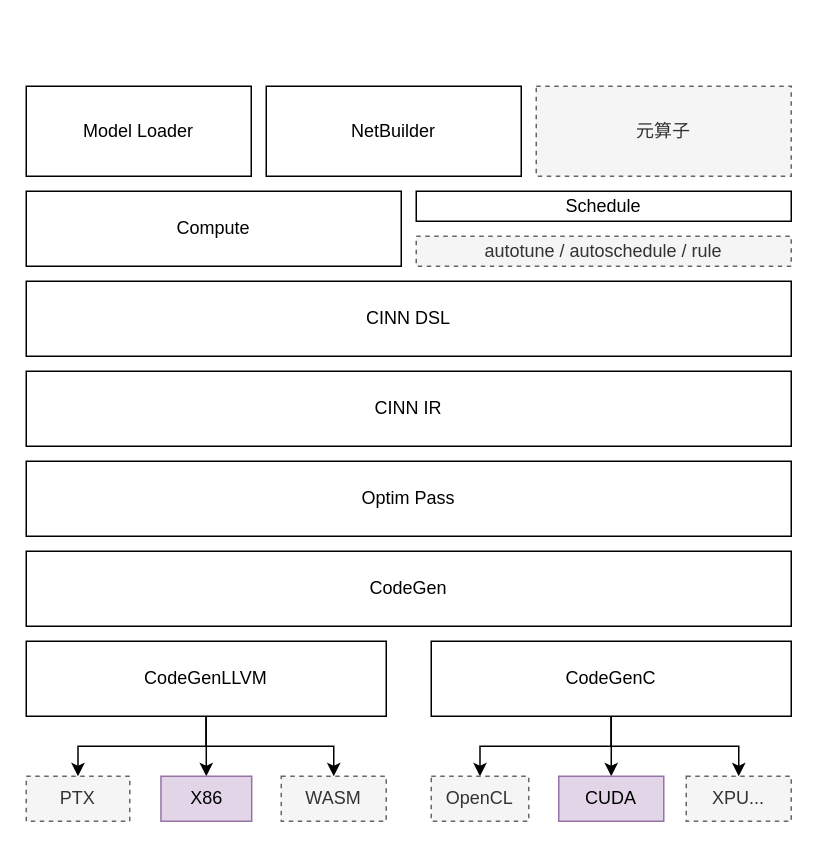
Earlier version of the draw.io diagram CINN Architecture.drawio (Superjomn/_tmp_images). Source tidied: cells renumbered, new cells numbered last; positions are measured from the earlier drawing's top-left corner, leaving out a move shared by most shapes. Both pictures are drawn from the tidied source at 150%, with x=0, y=0 at pixel (26, 86).
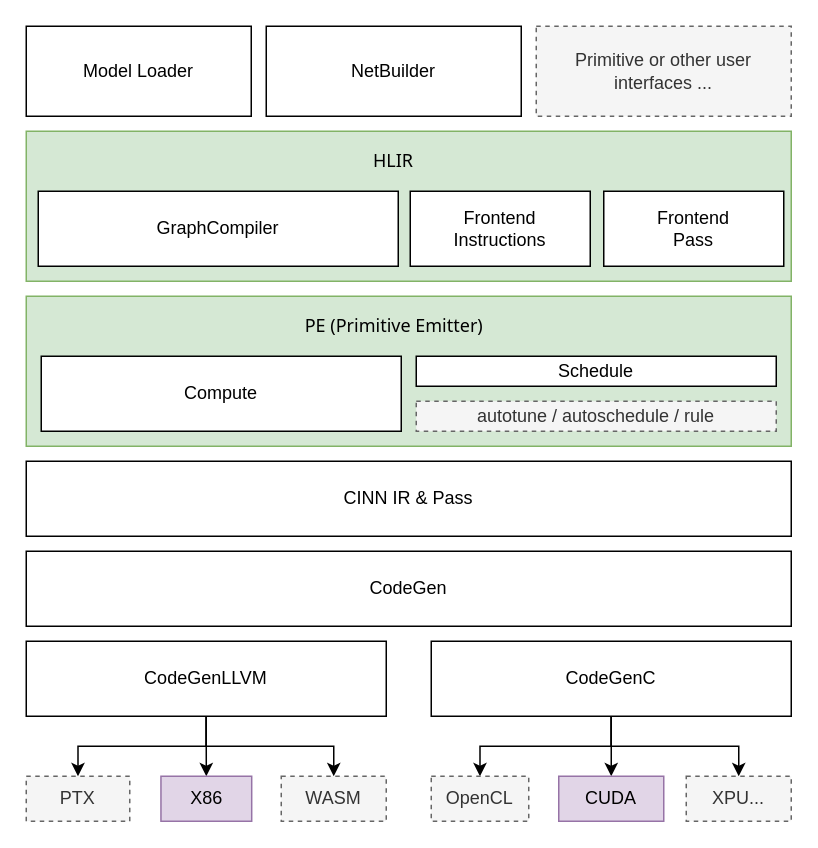
The same page after the edit.

What changed in the source:
```diff
@@
+    <mxCell id="7" style="rounded=0;whiteSpace=wrap;html=1;fillColor=#d5e8d4;strokeColor=#82b366;" parent="1" vertex="1">
+      <mxGeometry y="140" width="510" height="100" as="geometry" />
+    </mxCell>
     <mxCell id="2" value="Model Loader" style="rounded=0;whiteSpace=wrap;html=1;" parent="1" vertex="1">
-      <mxGeometry width="150" height="60" as="geometry" />
+      <mxGeometry y="-40" width="150" height="60" as="geometry" />
     </mxCell>
     <mxCell id="3" value="NetBuilder" style="rounded=0;whiteSpace=wrap;html=1;" parent="1" vertex="1">
-      <mxGeometry x="160" width="170" height="60" as="geometry" />
+      <mxGeometry x="160" y="-40" width="170" height="60" as="geometry" />
     </mxCell>
-    <mxCell id="4" value="元算子" style="rounded=0;whiteSpace=wrap;html=1;dashed=1;fillColor=#f5f5f5;strokeColor=#666666;fontColor=#333333;" parent="1" vertex="1">
-      <mxGeometry x="340" width="170" height="60" as="geometry" />
+    <mxCell id="4" value="Primitive or other user interfaces ..." style="rounded=0;whiteSpace=wrap;html=1;dashed=1;fillColor=#f5f5f5;strokeColor=#666666;fontColor=#333333;" parent="1" vertex="1">
+      <mxGeometry x="340" y="-40" width="170" height="60" as="geometry" />
     </mxCell>
     <mxCell id="5" value="Compute" style="rounded=0;whiteSpace=wrap;html=1;" parent="1" vertex="1">
-      <mxGeometry y="70" width="250" height="50" as="geometry" />
+      <mxGeometry x="10" y="180" width="240" height="50" as="geometry" />
     </mxCell>
     <mxCell id="6" value="Schedule" style="rounded=0;whiteSpace=wrap;html=1;" parent="1" vertex="1">
-      <mxGeometry x="260" y="70" width="250" height="20" as="geometry" />
+      <mxGeometry x="260" y="180" width="240" height="20" as="geometry" />
     </mxCell>
-    <mxCell id="7" value="CINN DSL" style="rounded=0;whiteSpace=wrap;html=1;" parent="1" vertex="1">
-      <mxGeometry y="130" width="510" height="50" as="geometry" />
-    </mxCell>
-    <mxCell id="8" value="CINN IR" style="rounded=0;whiteSpace=wrap;html=1;" parent="1" vertex="1">
-      <mxGeometry y="190" width="510" height="50" as="geometry" />
+    <mxCell id="8" value="CINN IR &amp;amp; Pass" style="rounded=0;whiteSpace=wrap;html=1;" parent="1" vertex="1">
+      <mxGeometry y="250" width="510" height="50" as="geometry" />
     </mxCell>
@@
-    <mxCell id="10" value="Optim Pass" style="rounded=0;whiteSpace=wrap;html=1;" parent="1" vertex="1">
-      <mxGeometry y="250" width="510" height="50" as="geometry" />
-    </mxCell>
@@
     <mxCell id="25" value="autotune / autoschedule / rule" style="rounded=0;whiteSpace=wrap;html=1;dashed=1;fillColor=#f5f5f5;strokeColor=#666666;fontColor=#333333;" parent="1" vertex="1">
-      <mxGeometry x="260" y="100" width="250" height="20" as="geometry" />
+      <mxGeometry x="260" y="210" width="240" height="20" as="geometry" />
     </mxCell>
+    <mxCell id="26" style="rounded=0;whiteSpace=wrap;html=1;fillColor=#d5e8d4;strokeColor=#82b366;" parent="1" vertex="1">
+      <mxGeometry y="30" width="510" height="100" as="geometry" />
+    </mxCell>
+    <mxCell id="27" value="GraphCompiler" style="rounded=0;whiteSpace=wrap;html=1;" parent="1" vertex="1">
+      <mxGeometry x="8" y="70" width="240" height="50" as="geometry" />
+    </mxCell>
+    <mxCell id="28" value="Frontend &lt;br&gt;Instructions" style="rounded=0;whiteSpace=wrap;html=1;" parent="1" vertex="1">
+      <mxGeometry x="256" y="70" width="120" height="50" as="geometry" />
+    </mxCell>
+    <mxCell id="29" value="Frontend &lt;br&gt;Pass" style="rounded=0;whiteSpace=wrap;html=1;" parent="1" vertex="1">
+      <mxGeometry x="385" y="70" width="120" height="50" as="geometry" />
+    </mxCell>
+    <mxCell id="30" value="&lt;font face=&quot;Tahoma&quot;&gt;HLIR&lt;/font&gt;" style="text;html=1;strokeColor=none;fillColor=none;align=center;verticalAlign=middle;whiteSpace=wrap;rounded=0;" parent="1" vertex="1">
+      <mxGeometry x="225" y="40" width="40" height="20" as="geometry" />
+    </mxCell>
+    <mxCell id="31" value="&lt;font face=&quot;Tahoma&quot;&gt;PE (Primitive Emitter)&lt;/font&gt;" style="text;html=1;strokeColor=none;fillColor=none;align=center;verticalAlign=middle;whiteSpace=wrap;rounded=0;" parent="1" vertex="1">
+      <mxGeometry x="162.5" y="150" width="165" height="20" as="geometry" />
+    </mxCell>
```
